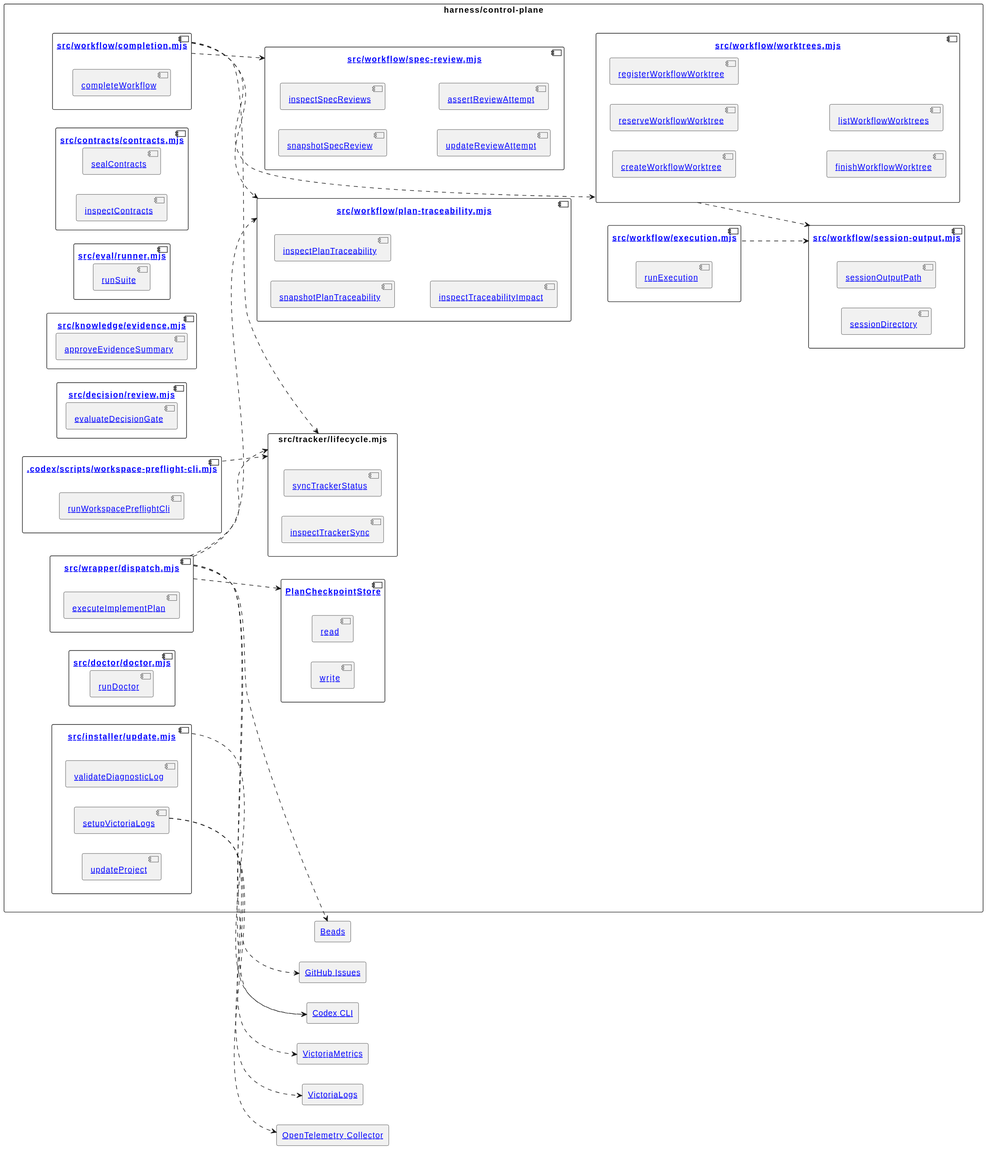
Earlier version of the PlantUML export docs/contracts/diagrams/ddd.svg (omegafrog/harness-codex).
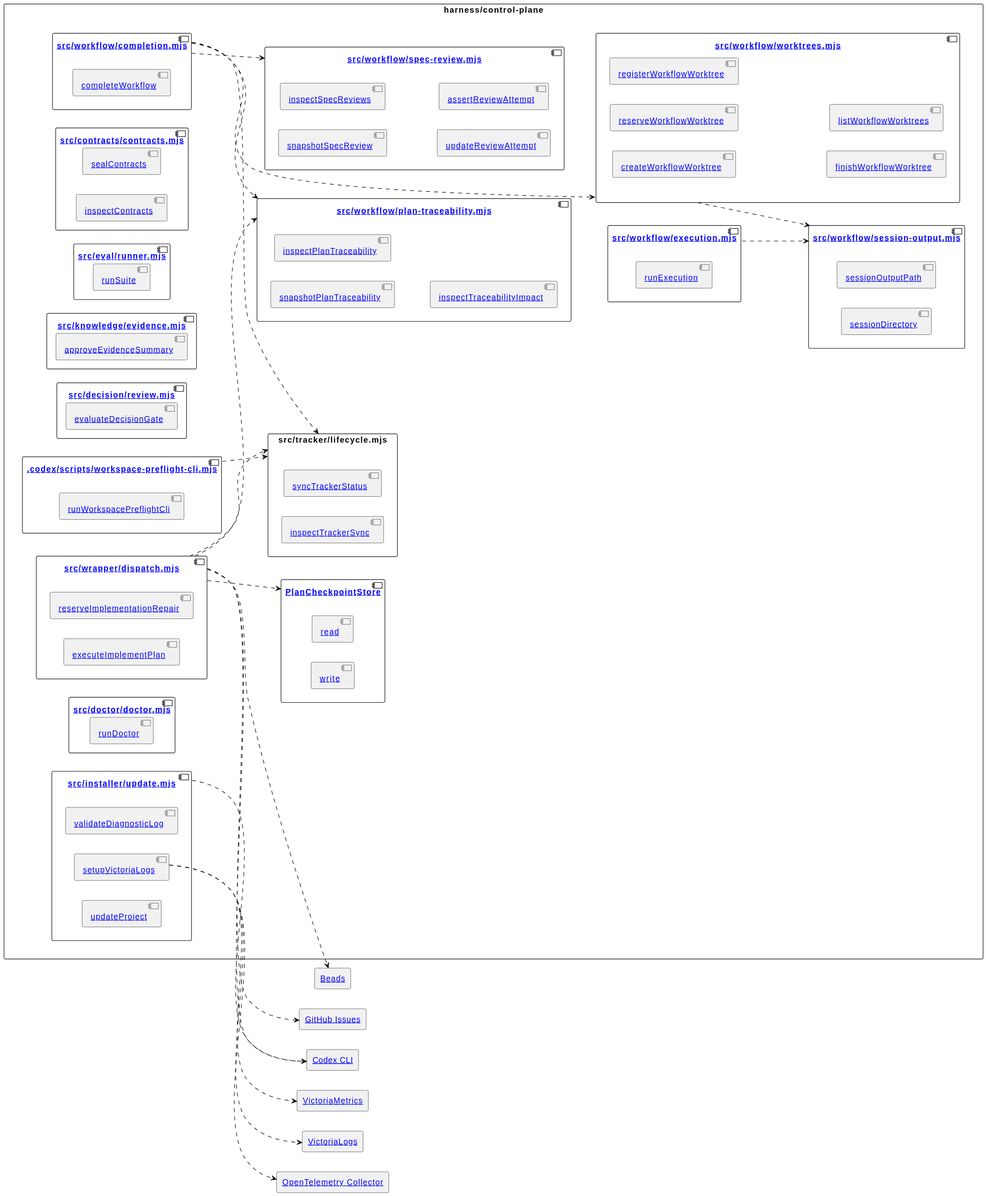
Above is the later version.

Change to the diagram source:
```diff
@@ -21,6 +21,7 @@
   }
   component "[[../architecture.md#wrapper-service src/wrapper/dispatch.mjs]]" as wrapper {
     component "[[../architecture.md#execute-method executeImplementPlan]]" as execute
+    component "[[../architecture.md#reserve-implementation-repair-method reserveImplementationRepair]]" as reserveImplementationRepair
   }
   component "[[../architecture.md#decision-service src/decision/review.mjs]]" as decision {
     component "[[../architecture.md#decision-method evaluateDecisionGate]]" as decisionEval
```
